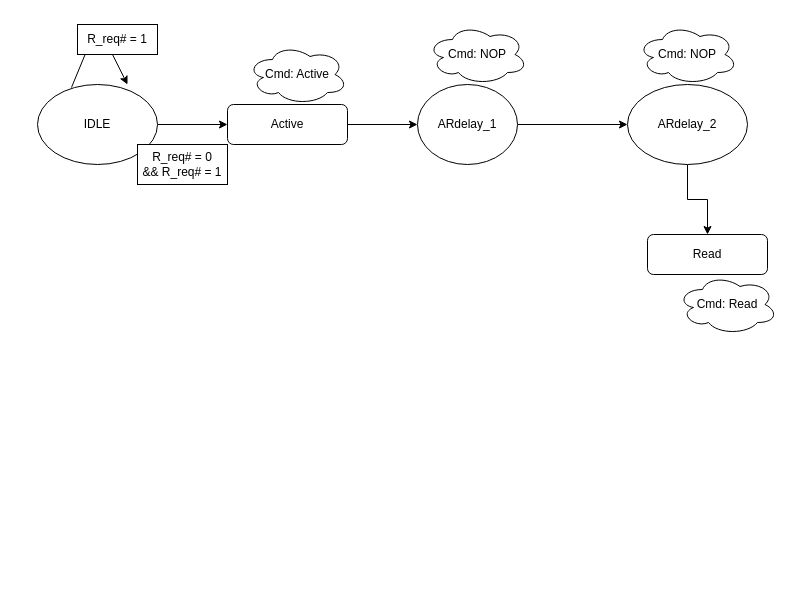
Before: Untitled Diagram.drawio in lnguyen921/Digital_system, a draw.io diagram. Source tidied: cells renumbered, new cells numbered last; positions are measured from the earlier drawing's top-left corner, leaving out a move shared by most shapes. Both pictures are drawn from the tidied source at 100%, with x=0, y=0 at pixel (37, 24).
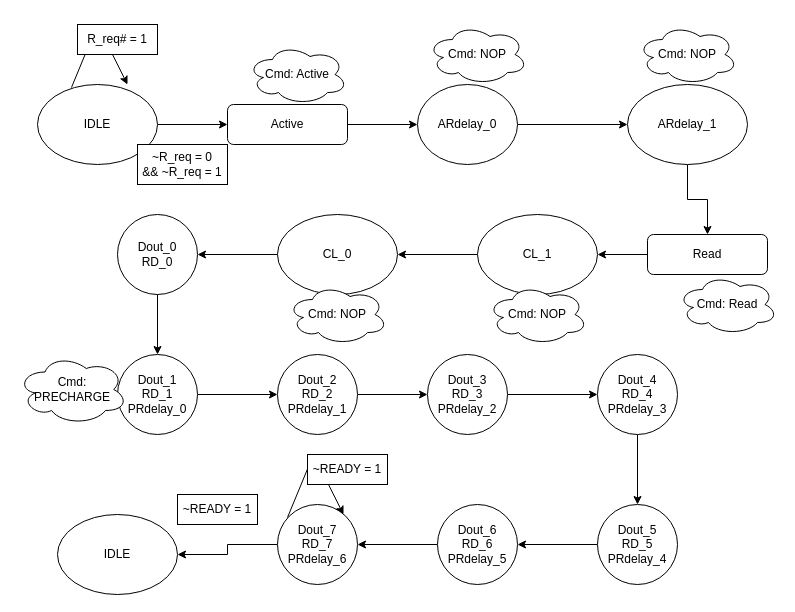
After the change.

Commit message:
Read_state_microprocessor

Unchanged cells that the change refers to:
```xml
<mxCell id="16" value="Read" style="rounded=1;whiteSpace=wrap;html=1;fontSize=12;glass=0;strokeWidth=1;shadow=0;" parent="1" vertex="1">
  <mxGeometry x="610" y="210" width="120" height="40" as="geometry" />
</mxCell>
```

Change to the diagram source:
```diff
@@
-    <mxCell id="7" value="ARdelay_1" style="ellipse;whiteSpace=wrap;html=1;" parent="1" vertex="1">
+    <mxCell id="7" value="ARdelay_0" style="ellipse;whiteSpace=wrap;html=1;" parent="1" vertex="1">
       <mxGeometry x="380" y="60" width="100" height="80" as="geometry" />
     </mxCell>
@@
-    <mxCell id="9" value="ARdelay_2" style="ellipse;whiteSpace=wrap;html=1;" parent="1" vertex="1">
+    <mxCell id="9" value="ARdelay_1" style="ellipse;whiteSpace=wrap;html=1;" parent="1" vertex="1">
       <mxGeometry x="590" y="60" width="120" height="80" as="geometry" />
     </mxCell>
@@
-    <mxCell id="12" value="R_req# = 0&lt;div&gt;&amp;amp;&amp;amp; R_req# = 1&lt;/div&gt;" style="rounded=0;whiteSpace=wrap;html=1;" parent="1" vertex="1">
+    <mxCell id="12" value="~R_req = 0&lt;div&gt;&amp;amp;&amp;amp; ~R_req = 1&lt;/div&gt;" style="rounded=0;whiteSpace=wrap;html=1;" parent="1" vertex="1">
       <mxGeometry x="100" y="120" width="90" height="40" as="geometry" />
     </mxCell>
@@
+    <mxCell id="18" style="edgeStyle=orthogonalEdgeStyle;rounded=0;jettySize=auto;html=1;" parent="1" edge="1" source="16" target="20">
+      <mxGeometry relative="1" as="geometry" />
+    </mxCell>
@@
+    <mxCell id="19" style="edgeStyle=orthogonalEdgeStyle;rounded=0;jettySize=auto;html=1;" parent="1" edge="1" source="20" target="22">
+      <mxGeometry relative="1" as="geometry" />
+    </mxCell>
+    <mxCell id="20" value="CL_1" style="ellipse;whiteSpace=wrap;html=1;" parent="1" vertex="1">
+      <mxGeometry x="440" y="190" width="120" height="80" as="geometry" />
+    </mxCell>
+    <mxCell id="21" style="edgeStyle=orthogonalEdgeStyle;rounded=0;jettySize=auto;html=1;" parent="1" edge="1" source="22" target="24">
+      <mxGeometry relative="1" as="geometry" />
+    </mxCell>
+    <mxCell id="22" value="CL_0" style="ellipse;whiteSpace=wrap;html=1;" parent="1" vertex="1">
+      <mxGeometry x="240" y="190" width="120" height="80" as="geometry" />
+    </mxCell>
+    <mxCell id="23" style="edgeStyle=orthogonalEdgeStyle;rounded=0;jettySize=auto;html=1;" parent="1" edge="1" source="24" target="26">
+      <mxGeometry relative="1" as="geometry" />
+    </mxCell>
+    <mxCell id="24" value="Dout_0&lt;div&gt;RD_0&lt;/div&gt;" style="ellipse;whiteSpace=wrap;html=1;" parent="1" vertex="1">
+      <mxGeometry x="80" y="190" width="80" height="80" as="geometry" />
+    </mxCell>
+    <mxCell id="25" style="edgeStyle=orthogonalEdgeStyle;rounded=0;jettySize=auto;html=1;" parent="1" edge="1" source="26" target="28">
+      <mxGeometry relative="1" as="geometry" />
+    </mxCell>
+    <mxCell id="26" value="Dout_1&lt;div&gt;RD_1&lt;/div&gt;&lt;div&gt;PRdelay_0&lt;/div&gt;" style="ellipse;whiteSpace=wrap;html=1;" parent="1" vertex="1">
+      <mxGeometry x="80" y="330" width="80" height="80" as="geometry" />
+    </mxCell>
+    <mxCell id="27" style="edgeStyle=orthogonalEdgeStyle;rounded=0;jettySize=auto;html=1;" parent="1" edge="1" source="28" target="32">
+      <mxGeometry relative="1" as="geometry" />
+    </mxCell>
+    <mxCell id="28" value="Dout_2&lt;div&gt;RD_2&lt;/div&gt;&lt;div&gt;PRdelay_1&lt;/div&gt;" style="ellipse;whiteSpace=wrap;html=1;" parent="1" vertex="1">
+      <mxGeometry x="240" y="330" width="80" height="80" as="geometry" />
+    </mxCell>
+    <mxCell id="29" value="Cmd: NOP" style="ellipse;shape=cloud;whiteSpace=wrap;html=1;" parent="1" vertex="1">
+      <mxGeometry x="450" y="260" width="100" height="60" as="geometry" />
+    </mxCell>
+    <mxCell id="30" value="Cmd: NOP" style="ellipse;shape=cloud;whiteSpace=wrap;html=1;" parent="1" vertex="1">
+      <mxGeometry x="250" y="260" width="100" height="60" as="geometry" />
+    </mxCell>
+    <mxCell id="31" style="edgeStyle=orthogonalEdgeStyle;rounded=0;jettySize=auto;html=1;" parent="1" edge="1" source="32" target="34">
+      <mxGeometry relative="1" as="geometry" />
+    </mxCell>
+    <mxCell id="32" value="Dout_3&lt;div&gt;RD_3&lt;/div&gt;&lt;div&gt;PRdelay_2&lt;/div&gt;" style="ellipse;whiteSpace=wrap;html=1;" parent="1" vertex="1">
+      <mxGeometry x="390" y="330" width="80" height="80" as="geometry" />
+    </mxCell>
+    <mxCell id="33" style="edgeStyle=orthogonalEdgeStyle;rounded=0;jettySize=auto;html=1;" parent="1" edge="1" source="34" target="37">
+      <mxGeometry relative="1" as="geometry" />
+    </mxCell>
+    <mxCell id="34" value="Dout_4&lt;div&gt;RD_4&lt;/div&gt;&lt;div&gt;PRdelay_3&lt;/div&gt;" style="ellipse;whiteSpace=wrap;html=1;" parent="1" vertex="1">
+      <mxGeometry x="560" y="330" width="80" height="80" as="geometry" />
+    </mxCell>
+    <mxCell id="35" value="Cmd: PRECHARGE" style="ellipse;shape=cloud;whiteSpace=wrap;html=1;" parent="1" vertex="1">
+      <mxGeometry x="-20" y="330" width="110" height="70" as="geometry" />
+    </mxCell>
+    <mxCell id="36" style="edgeStyle=orthogonalEdgeStyle;rounded=0;jettySize=auto;html=1;" parent="1" edge="1" source="37" target="39">
+      <mxGeometry relative="1" as="geometry" />
+    </mxCell>
+    <mxCell id="37" value="Dout_5&lt;div&gt;RD_5&lt;/div&gt;&lt;div&gt;PRdelay_4&lt;/div&gt;" style="ellipse;whiteSpace=wrap;html=1;" parent="1" vertex="1">
+      <mxGeometry x="560" y="480" width="80" height="80" as="geometry" />
+    </mxCell>
+    <mxCell id="38" style="edgeStyle=orthogonalEdgeStyle;rounded=0;jettySize=auto;html=1;" parent="1" edge="1" source="39" target="41">
+      <mxGeometry relative="1" as="geometry" />
+    </mxCell>
+    <mxCell id="39" value="Dout_6&lt;div&gt;RD_6&lt;/div&gt;&lt;div&gt;PRdelay_5&lt;/div&gt;" style="ellipse;whiteSpace=wrap;html=1;" parent="1" vertex="1">
+      <mxGeometry x="400" y="480" width="80" height="80" as="geometry" />
+    </mxCell>
+    <mxCell id="40" style="edgeStyle=orthogonalEdgeStyle;rounded=0;jettySize=auto;html=1;" parent="1" edge="1" source="41" target="45">
+      <mxGeometry relative="1" as="geometry" />
+    </mxCell>
+    <mxCell id="41" value="Dout_7&lt;div&gt;RD_7&lt;/div&gt;&lt;div&gt;PRdelay_6&lt;/div&gt;" style="ellipse;whiteSpace=wrap;html=1;" parent="1" vertex="1">
+      <mxGeometry x="240" y="480" width="80" height="80" as="geometry" />
+    </mxCell>
+    <mxCell id="42" style="endArrow=classic;html=1;rounded=0;exitX=0.283;exitY=0.038;exitDx=0;exitDy=0;exitPerimeter=0;entryX=0.75;entryY=0;entryDx=0;entryDy=0;entryPerimeter=0;" parent="1" edge="1">
+      <mxGeometry relative="1" as="geometry">
+        <mxPoint x="250" y="493" as="sourcePoint" />
+        <mxPoint x="306" y="490" as="targetPoint" />
+        <Array as="points">
+          <mxPoint x="276" y="430" />
+        </Array>
+      </mxGeometry>
+    </mxCell>
+    <mxCell id="43" value="~READY = 1" style="rounded=0;whiteSpace=wrap;html=1;" parent="1" vertex="1">
+      <mxGeometry x="270" y="430" width="80" height="30" as="geometry" />
+    </mxCell>
+    <mxCell id="44" value="~READY = 1" style="rounded=0;whiteSpace=wrap;html=1;" parent="1" vertex="1">
+      <mxGeometry x="140" y="470" width="80" height="30" as="geometry" />
+    </mxCell>
+    <mxCell id="45" value="IDLE" style="ellipse;whiteSpace=wrap;html=1;" parent="1" vertex="1">
+      <mxGeometry x="20" y="490" width="120" height="80" as="geometry" />
+    </mxCell>
```
